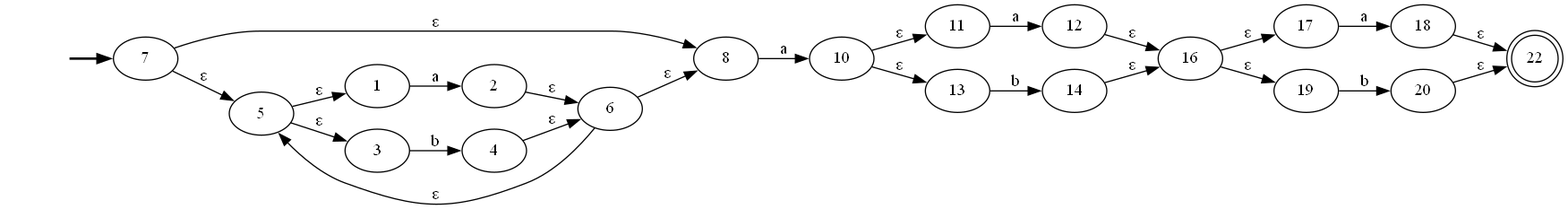
This is Pre-laboratorio B/AFN#5PreLabB.gv.png from bar20807/CompiladorProyect, a Graphviz export, as it was before one commit. Its source is kept beside it as Pre-laboratorio B/AFN#5PreLabB.gv.
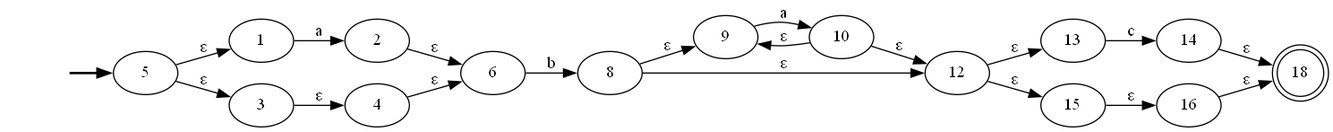
Later version of the same file.

Change to the diagram source:
```diff
@@ -1,65 +1,52 @@
 digraph "AFN#5PreLabB" {
 	graph [rankdir=LR]
 	fake [style=invisible]
-	fake -> 7 [style=bold]
-	7 [root=true]
-	8
-	7 -> 8 [label="ε"]
-	5
-	7 -> 5 [label="ε"]
-	8
-	10
-	8 -> 10 [label=a]
-	5
+	fake -> 5 [style=bold]
+	5 [root=true]
 	1
 	5 -> 1 [label="ε"]
 	3
 	5 -> 3 [label="ε"]
-	10
-	11
-	10 -> 11 [label="ε"]
-	13
-	10 -> 13 [label="ε"]
 	1
 	2
 	1 -> 2 [label=a]
 	3
 	4
-	3 -> 4 [label=b]
-	11
-	12
-	11 -> 12 [label=a]
-	13
-	14
-	13 -> 14 [label=b]
+	3 -> 4 [label="ε"]
 	2
 	6
 	2 -> 6 [label="ε"]
 	4
 	4 -> 6 [label="ε"]
+	6
+	8
+	6 -> 8 [label=b]
+	8
+	9
+	8 -> 9 [label="ε"]
 	12
+	8 -> 12 [label="ε"]
+	9
+	10
+	9 -> 10 [label=a]
+	12
+	13
+	12 -> 13 [label="ε"]
+	15
+	12 -> 15 [label="ε"]
+	10
+	10 -> 9 [label="ε"]
+	10 -> 12 [label="ε"]
+	13
+	14
+	13 -> 14 [label=c]
+	15
 	16
-	12 -> 16 [label="ε"]
+	15 -> 16 [label="ε"]
 	14
-	14 -> 16 [label="ε"]
-	6
-	6 -> 8 [label="ε"]
-	6 -> 5 [label="ε"]
+	18 [shape=doublecircle]
+	14 -> 18 [label="ε"]
 	16
-	17
-	16 -> 17 [label="ε"]
-	19
-	16 -> 19 [label="ε"]
-	17
-	18
-	17 -> 18 [label=a]
-	19
-	20
-	19 -> 20 [label=b]
-	18
-	22 [shape=doublecircle]
-	18 -> 22 [label="ε"]
-	20
-	20 -> 22 [label="ε"]
-	22 [shape=doublecircle]
+	16 -> 18 [label="ε"]
+	18 [shape=doublecircle]
 }
```
